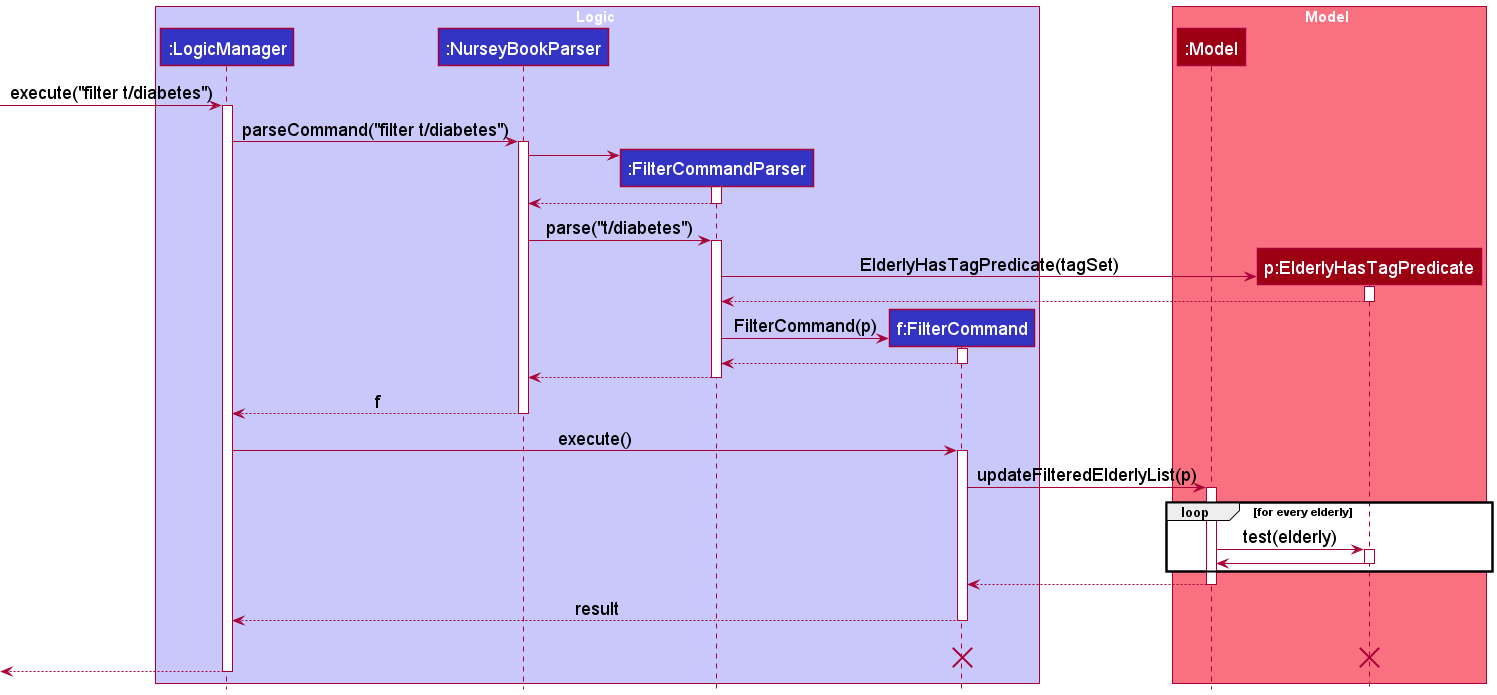
This is docs/images/FilterSequenceDiagram.png from tsy24/tp, a PlantUML export, as it was before one commit.
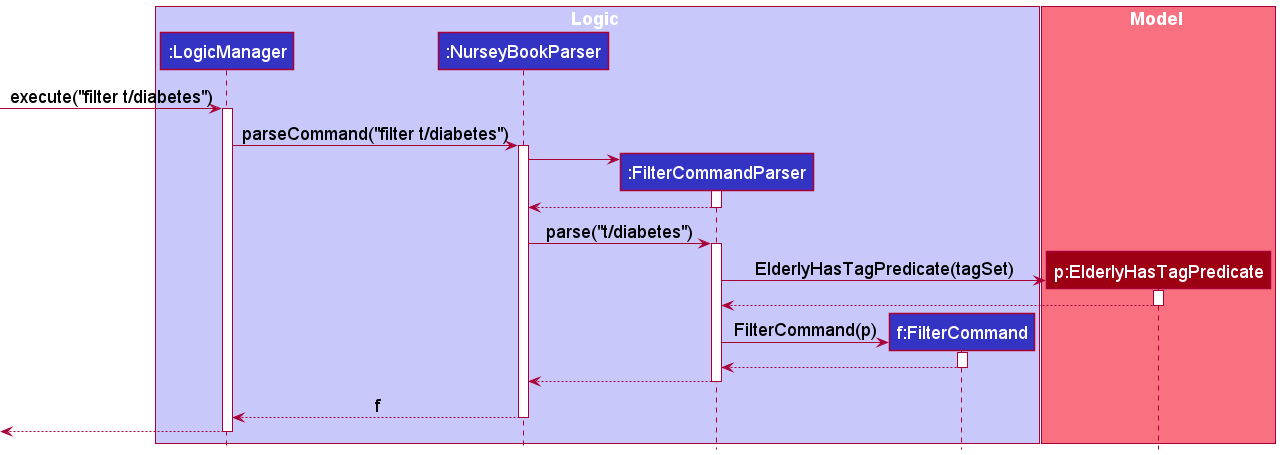
After the commit.

Commit message:
Update filter sequence diagrams

Diff of the diagram source:
```diff
@@ -9,7 +9,6 @@
 end box
 
 box Model MODEL_COLOR_T1
-participant ":Model" as Model MODEL_COLOR
 participant "p:ElderlyHasTagPredicate" as ElderlyHasTagPredicate MODEL_COLOR
 end box
 
@@ -49,29 +48,6 @@
 NurseyBookParser --> LogicManager : f
 deactivate NurseyBookParser
 
-LogicManager -> FilterCommand : execute()
-activate FilterCommand
-
-FilterCommand -> Model : updateFilteredElderlyList(p)
-activate Model
-
-loop for every elderly
-Model -> ElderlyHasTagPredicate: test(elderly)
-activate ElderlyHasTagPredicate
-
-ElderlyHasTagPredicate -> Model
-deactivate ElderlyHasTagPredicate
-end
-
-Model --> FilterCommand
-deactivate Model
-
-FilterCommand --> LogicManager : result
-deactivate FilterCommand
-FilterCommand -[hidden]-> LogicManager : result
-destroy FilterCommand
-destroy ElderlyHasTagPredicate
-
 [<--LogicManager
 deactivate LogicManager
 @enduml
```
